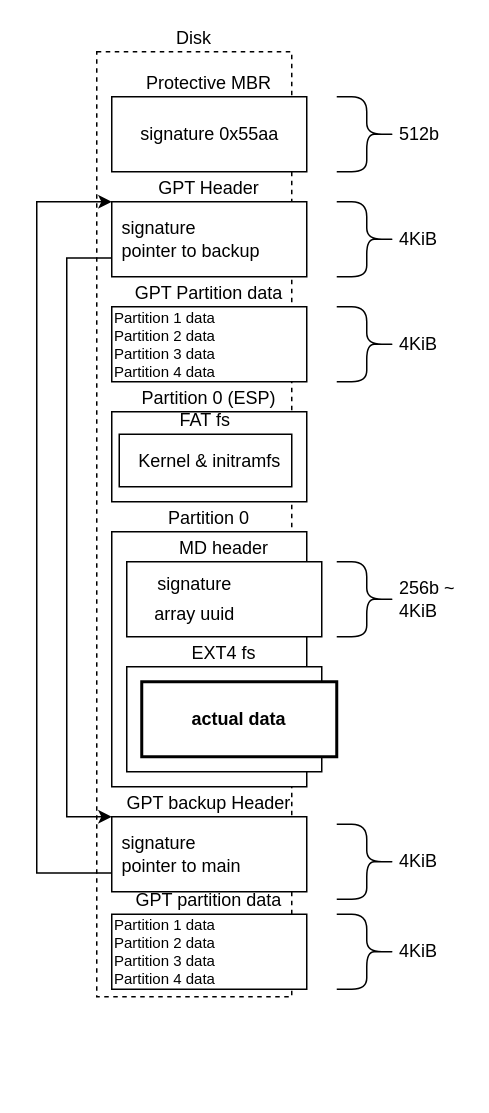
Before: page "full-disk-layout" (4 of 4) of blog/raw/disk/disk.drawio in DavidVentura/blog, a draw.io diagram. Source tidied: cells renumbered, new cells numbered last; positions are measured from the earlier drawing's top-left corner, leaving out a move shared by most shapes. Both pictures are drawn from the tidied source at 150%, with x=0, y=0 at pixel (36, 51).
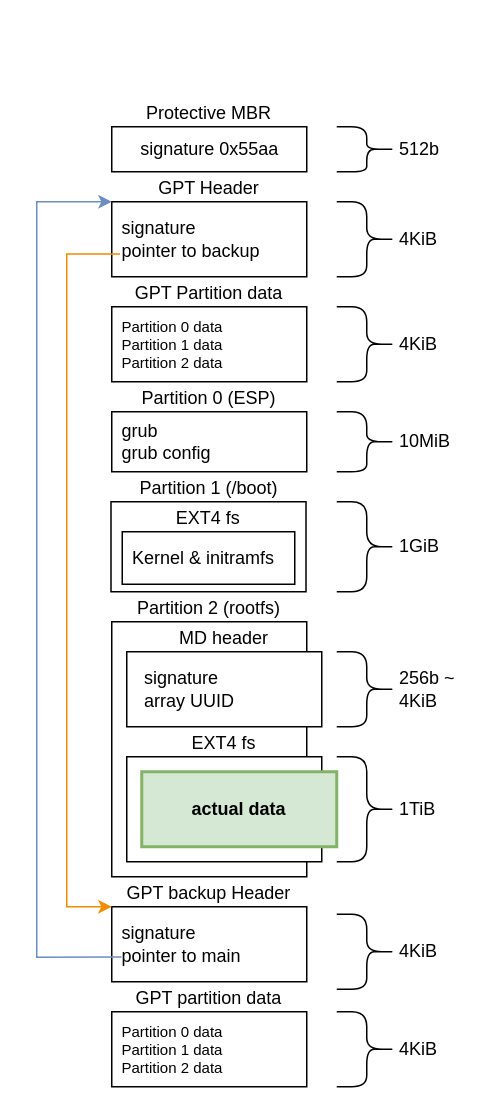
The same page after the edit.

Unchanged cells that the change refers to:
```xml
<mxCell id="7" value="GPT Header" style="rounded=0;whiteSpace=wrap;html=1;verticalAlign=bottom;labelPosition=center;verticalLabelPosition=top;align=center;" parent="1" vertex="1">
  <mxGeometry x="50" y="100" width="130" height="50" as="geometry" />
</mxCell>
<mxCell id="9" value="signature&lt;br&gt;pointer to backup" style="text;html=1;align=left;verticalAlign=middle;points=[];strokeColor=none;fillColor=none;" parent="1" vertex="1">
  <mxGeometry x="55" y="105" width="120" height="40" as="geometry" />
</mxCell>
```

Diff of the diagram source:
```diff
@@
-    <mxCell id="2" value="Disk" style="rounded=0;whiteSpace=wrap;html=1;dashed=1;verticalAlign=bottom;labelPosition=center;verticalLabelPosition=top;align=center;" parent="1" vertex="1">
-      <mxGeometry x="40" width="130" height="630" as="geometry" />
-    </mxCell>
     <mxCell id="3" value="Protective MBR" style="rounded=0;whiteSpace=wrap;html=1;verticalAlign=bottom;labelPosition=center;verticalLabelPosition=top;align=center;" parent="1" vertex="1">
-      <mxGeometry x="50" y="30" width="130" height="50" as="geometry" />
+      <mxGeometry x="50" y="50" width="130" height="30" as="geometry" />
     </mxCell>
     <mxCell id="4" value="signature 0x55aa" style="text;html=1;align=center;verticalAlign=middle;strokeColor=none;fillColor=none;" parent="1" vertex="1">
-      <mxGeometry x="55" y="40" width="120" height="30" as="geometry" />
+      <mxGeometry x="55" y="50" width="120" height="30" as="geometry" />
     </mxCell>
     <mxCell id="5" value="512b" style="shape=curlyBracket;whiteSpace=wrap;html=1;rounded=1;flipH=1;labelPosition=right;verticalLabelPosition=middle;align=left;verticalAlign=middle;size=0.5;" parent="1" vertex="1">
-      <mxGeometry x="200" y="30" width="40" height="50" as="geometry" />
+      <mxGeometry x="200" y="50" width="40" height="30" as="geometry" />
     </mxCell>
-    <mxCell id="6" style="edgeStyle=orthogonalEdgeStyle;rounded=0;jettySize=auto;html=1;exitX=0;exitY=0.75;exitDx=0;exitDy=0;entryX=0;entryY=0;entryDx=0;entryDy=0;" parent="1" edge="1" source="7" target="19">
-      <mxGeometry relative="1" as="geometry">
-        <Array as="points">
-          <mxPoint x="20" y="138" />
-          <mxPoint x="20" y="510" />
-        </Array>
-      </mxGeometry>
-    </mxCell>
@@
-    <mxCell id="12" value="Partition 1 data&lt;div style=&quot;font-size: 10px;&quot;&gt;Partition 2 data&lt;/div&gt;&lt;div style=&quot;font-size: 10px;&quot;&gt;Partition 3 data&lt;/div&gt;&lt;div style=&quot;font-size: 10px;&quot;&gt;Partition 4 data&lt;/div&gt;" style="text;html=1;align=left;verticalAlign=middle;strokeColor=none;fillColor=none;fontSize=10;" parent="1" vertex="1">
-      <mxGeometry x="50" y="165" width="90" height="60" as="geometry" />
+    <mxCell id="12" value="Partition 0 data&lt;div style=&quot;font-size: 10px;&quot;&gt;Partition 1 data&lt;/div&gt;&lt;div style=&quot;font-size: 10px;&quot;&gt;Partition 2 data&lt;/div&gt;" style="text;html=1;align=left;verticalAlign=middle;strokeColor=none;fillColor=none;fontSize=10;" parent="1" vertex="1">
+      <mxGeometry x="55" y="170" width="90" height="50" as="geometry" />
     </mxCell>
-    <mxCell id="13" value="Partition 0" style="rounded=0;whiteSpace=wrap;html=1;verticalAlign=bottom;labelPosition=center;verticalLabelPosition=top;align=center;" parent="1" vertex="1">
-      <mxGeometry x="50" y="320" width="130" height="170" as="geometry" />
+    <mxCell id="13" value="Partition 2 (rootfs)" style="rounded=0;whiteSpace=wrap;html=1;verticalAlign=bottom;labelPosition=center;verticalLabelPosition=top;align=center;" parent="1" vertex="1">
+      <mxGeometry x="50" y="380" width="130" height="170" as="geometry" />
     </mxCell>
     <mxCell id="14" value="256b ~ 4KiB" style="shape=curlyBracket;whiteSpace=wrap;html=1;rounded=1;flipH=1;labelPosition=right;verticalLabelPosition=middle;align=left;verticalAlign=middle;size=0.5;" parent="1" vertex="1">
-      <mxGeometry x="200" y="340" width="40" height="50" as="geometry" />
+      <mxGeometry x="200" y="400" width="40" height="50" as="geometry" />
     </mxCell>
     <mxCell id="15" value="MD header" style="rounded=0;whiteSpace=wrap;html=1;verticalAlign=bottom;labelPosition=center;verticalLabelPosition=top;align=center;" parent="1" vertex="1">
-      <mxGeometry x="60" y="340" width="130" height="50" as="geometry" />
+      <mxGeometry x="60" y="400" width="130" height="50" as="geometry" />
     </mxCell>
-    <mxCell id="16" value="signature" style="text;html=1;align=center;verticalAlign=middle;strokeColor=none;fillColor=none;" parent="1" vertex="1">
-      <mxGeometry x="70" y="340" width="70" height="30" as="geometry" />
+    <mxCell id="16" value="signature&lt;div&gt;array UUID&lt;/div&gt;" style="text;html=1;align=left;verticalAlign=middle;strokeColor=none;fillColor=none;" parent="1" vertex="1">
+      <mxGeometry x="70" y="405" width="80" height="40" as="geometry" />
     </mxCell>
-    <mxCell id="17" value="array uuid" style="text;html=1;align=center;verticalAlign=middle;strokeColor=none;fillColor=none;" parent="1" vertex="1">
-      <mxGeometry x="65" y="360" width="80" height="30" as="geometry" />
-    </mxCell>
-    <mxCell id="18" style="edgeStyle=orthogonalEdgeStyle;rounded=0;jettySize=auto;html=1;exitX=0;exitY=0.75;exitDx=0;exitDy=0;entryX=0;entryY=0;entryDx=0;entryDy=0;" parent="1" edge="1" source="19" target="7">
-      <mxGeometry relative="1" as="geometry">
-        <Array as="points">
-          <mxPoint y="547" />
-          <mxPoint y="100" />
-        </Array>
-      </mxGeometry>
-    </mxCell>
     <mxCell id="19" value="GPT backup Header" style="rounded=0;whiteSpace=wrap;html=1;verticalAlign=bottom;labelPosition=center;verticalLabelPosition=top;align=center;" parent="1" vertex="1">
-      <mxGeometry x="50" y="510" width="130" height="50" as="geometry" />
+      <mxGeometry x="50" y="570" width="130" height="50" as="geometry" />
     </mxCell>
     <mxCell id="20" value="4KiB" style="shape=curlyBracket;whiteSpace=wrap;html=1;rounded=1;flipH=1;labelPosition=right;verticalLabelPosition=middle;align=left;verticalAlign=middle;size=0.5;" parent="1" vertex="1">
-      <mxGeometry x="200" y="515" width="40" height="50" as="geometry" />
+      <mxGeometry x="200" y="575" width="40" height="50" as="geometry" />
     </mxCell>
     <mxCell id="21" value="GPT partition data" style="rounded=0;whiteSpace=wrap;html=1;verticalAlign=bottom;labelPosition=center;verticalLabelPosition=top;align=center;" parent="1" vertex="1">
-      <mxGeometry x="50" y="575" width="130" height="50" as="geometry" />
+      <mxGeometry x="50" y="640" width="130" height="50" as="geometry" />
     </mxCell>
     <mxCell id="22" value="4KiB" style="shape=curlyBracket;whiteSpace=wrap;html=1;rounded=1;flipH=1;labelPosition=right;verticalLabelPosition=middle;align=left;verticalAlign=middle;size=0.5;" parent="1" vertex="1">
-      <mxGeometry x="200" y="575" width="40" height="50" as="geometry" />
+      <mxGeometry x="200" y="640" width="40" height="50" as="geometry" />
     </mxCell>
     <mxCell id="23" value="signature&lt;br&gt;pointer to main" style="text;html=1;align=left;verticalAlign=middle;points=[];strokeColor=none;fillColor=none;" parent="1" vertex="1">
-      <mxGeometry x="55" y="515" width="100" height="40" as="geometry" />
+      <mxGeometry x="55" y="575" width="100" height="40" as="geometry" />
     </mxCell>
-    <mxCell id="24" value="Partition 1 data&lt;div style=&quot;font-size: 10px;&quot;&gt;Partition 2 data&lt;/div&gt;&lt;div style=&quot;font-size: 10px;&quot;&gt;Partition 3 data&lt;/div&gt;&lt;div style=&quot;font-size: 10px;&quot;&gt;Partition 4 data&lt;/div&gt;" style="text;html=1;align=left;verticalAlign=middle;strokeColor=none;fillColor=none;fontSize=10;" parent="1" vertex="1">
-      <mxGeometry x="50" y="570" width="90" height="60" as="geometry" />
-    </mxCell>
     <mxCell id="25" value="Partition 0 (ESP)" style="rounded=0;whiteSpace=wrap;html=1;verticalAlign=bottom;labelPosition=center;verticalLabelPosition=top;align=center;" parent="1" vertex="1">
-      <mxGeometry x="50" y="240" width="130" height="60" as="geometry" />
+      <mxGeometry x="50" y="240" width="130" height="40" as="geometry" />
     </mxCell>
-    <mxCell id="26" value="FAT fs" style="rounded=0;whiteSpace=wrap;html=1;labelPosition=center;verticalLabelPosition=top;align=center;verticalAlign=bottom;" parent="1" vertex="1">
-      <mxGeometry x="55" y="255" width="115" height="35" as="geometry" />
-    </mxCell>
-    <mxCell id="27" value="Kernel &amp;amp; initramfs" style="text;html=1;align=center;verticalAlign=middle;whiteSpace=wrap;rounded=0;fontStyle=0;" parent="1" vertex="1">
-      <mxGeometry x="62.5" y="257.5" width="105" height="30" as="geometry" />
-    </mxCell>
     <mxCell id="28" value="EXT4 fs" style="rounded=0;whiteSpace=wrap;html=1;labelPosition=center;verticalLabelPosition=top;align=center;verticalAlign=bottom;" parent="1" vertex="1">
-      <mxGeometry x="60" y="410" width="130" height="70" as="geometry" />
+      <mxGeometry x="60" y="470" width="130" height="70" as="geometry" />
     </mxCell>
-    <mxCell id="29" value="actual data" style="rounded=0;whiteSpace=wrap;html=1;verticalAlign=middle;labelPosition=center;verticalLabelPosition=middle;align=center;fontStyle=1;strokeWidth=2;" parent="1" vertex="1">
-      <mxGeometry x="70" y="420" width="130" height="50" as="geometry" />
+    <mxCell id="29" value="actual data" style="rounded=0;whiteSpace=wrap;html=1;verticalAlign=middle;labelPosition=center;verticalLabelPosition=middle;align=center;fontStyle=1;strokeWidth=2;fillColor=#d5e8d4;strokeColor=#82b366;" parent="1" vertex="1">
+      <mxGeometry x="70" y="480" width="130" height="50" as="geometry" />
     </mxCell>
+    <mxCell id="6" style="edgeStyle=orthogonalEdgeStyle;rounded=0;jettySize=auto;html=1;exitX=0.004;exitY=0.744;exitDx=0;exitDy=0;entryX=0;entryY=0;entryDx=0;entryDy=0;fillColor=#ffe6cc;strokeColor=#f08c00;exitPerimeter=0;jumpSize=3;" parent="1" edge="1" source="9" target="19">
+      <mxGeometry relative="1" as="geometry">
+        <Array as="points">
+          <mxPoint x="20" y="135" />
+          <mxPoint x="20" y="570" />
+        </Array>
+      </mxGeometry>
+    </mxCell>
+    <mxCell id="18" style="edgeStyle=orthogonalEdgeStyle;rounded=0;jettySize=auto;html=1;exitX=0.015;exitY=0.714;exitDx=0;exitDy=0;entryX=0;entryY=0;entryDx=0;entryDy=0;fillColor=#dae8fc;strokeColor=#6c8ebf;exitPerimeter=0;" parent="1" edge="1" source="23" target="7">
+      <mxGeometry relative="1" as="geometry">
+        <Array as="points">
+          <mxPoint y="604" />
+          <mxPoint y="100" />
+        </Array>
+      </mxGeometry>
+    </mxCell>
+    <mxCell id="30" value="Partition 1 (/boot)" style="rounded=0;whiteSpace=wrap;html=1;verticalAlign=bottom;labelPosition=center;verticalLabelPosition=top;align=center;" parent="1" vertex="1">
+      <mxGeometry x="49.5" y="300" width="130" height="60" as="geometry" />
+    </mxCell>
+    <mxCell id="31" style="group;labelPosition=left;verticalLabelPosition=middle;align=right;verticalAlign=middle;" parent="1" vertex="1">
+      <mxGeometry x="57" y="320" width="115" height="35" as="geometry" />
+    </mxCell>
+    <mxCell id="32" value="EXT4 fs" style="rounded=0;whiteSpace=wrap;html=1;labelPosition=center;verticalLabelPosition=top;align=center;verticalAlign=bottom;" parent="31" vertex="1">
+      <mxGeometry width="115" height="35" as="geometry" />
+    </mxCell>
+    <mxCell id="27" value="Kernel &amp;amp; initramfs" style="text;html=1;align=left;verticalAlign=middle;whiteSpace=wrap;rounded=0;fontStyle=0;" parent="31" vertex="1">
+      <mxGeometry x="5" y="2.5" width="105" height="30" as="geometry" />
+    </mxCell>
+    <mxCell id="33" value="grub&lt;div&gt;grub config&lt;/div&gt;" style="text;html=1;align=left;verticalAlign=middle;strokeColor=none;fillColor=none;" parent="1" vertex="1">
+      <mxGeometry x="55" y="240" width="80" height="40" as="geometry" />
+    </mxCell>
+    <mxCell id="34" value="10MiB" style="shape=curlyBracket;whiteSpace=wrap;html=1;rounded=1;flipH=1;labelPosition=right;verticalLabelPosition=middle;align=left;verticalAlign=middle;size=0.5;" parent="1" vertex="1">
+      <mxGeometry x="200" y="240" width="40" height="40" as="geometry" />
+    </mxCell>
+    <mxCell id="35" value="1GiB" style="shape=curlyBracket;whiteSpace=wrap;html=1;rounded=1;flipH=1;labelPosition=right;verticalLabelPosition=middle;align=left;verticalAlign=middle;size=0.5;" parent="1" vertex="1">
+      <mxGeometry x="200" y="300" width="40" height="60" as="geometry" />
+    </mxCell>
+    <mxCell id="36" value="1TiB" style="shape=curlyBracket;whiteSpace=wrap;html=1;rounded=1;flipH=1;labelPosition=right;verticalLabelPosition=middle;align=left;verticalAlign=middle;size=0.5;" parent="1" vertex="1">
+      <mxGeometry x="200" y="470" width="40" height="70" as="geometry" />
+    </mxCell>
+    <mxCell id="37" value="Partition 0 data&lt;div style=&quot;font-size: 10px;&quot;&gt;Partition 1 data&lt;/div&gt;&lt;div style=&quot;font-size: 10px;&quot;&gt;Partition 2 data&lt;/div&gt;" style="text;html=1;align=left;verticalAlign=middle;strokeColor=none;fillColor=none;fontSize=10;" parent="1" vertex="1">
+      <mxGeometry x="55" y="640" width="90" height="50" as="geometry" />
+    </mxCell>
```
